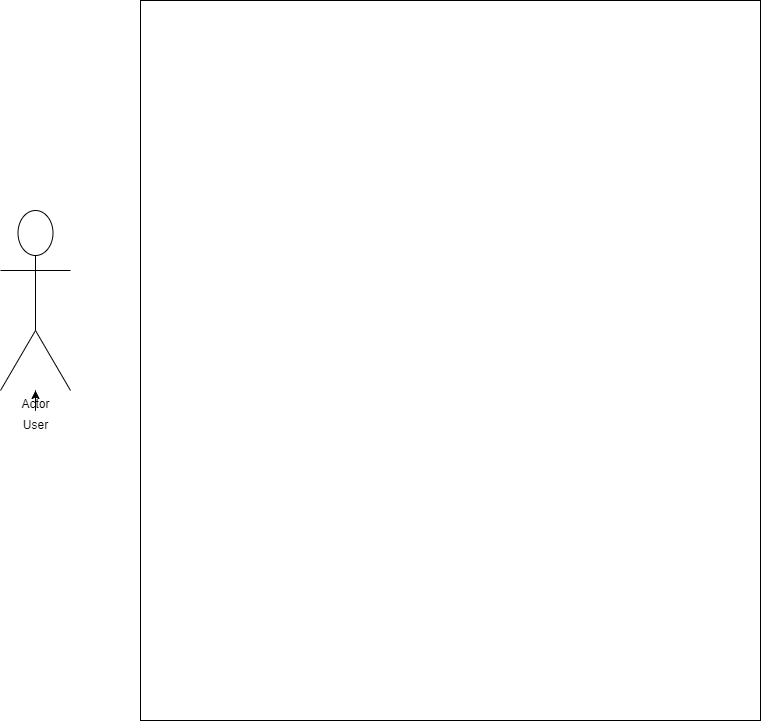
Above: Untitled Diagram.drawio.png in SyedaZarin/SafetyTips (draw.io), before the change. Source tidied: cells renumbered, new cells last; positions are measured from the earlier drawing's top-left corner, leaving out a move shared by most shapes.
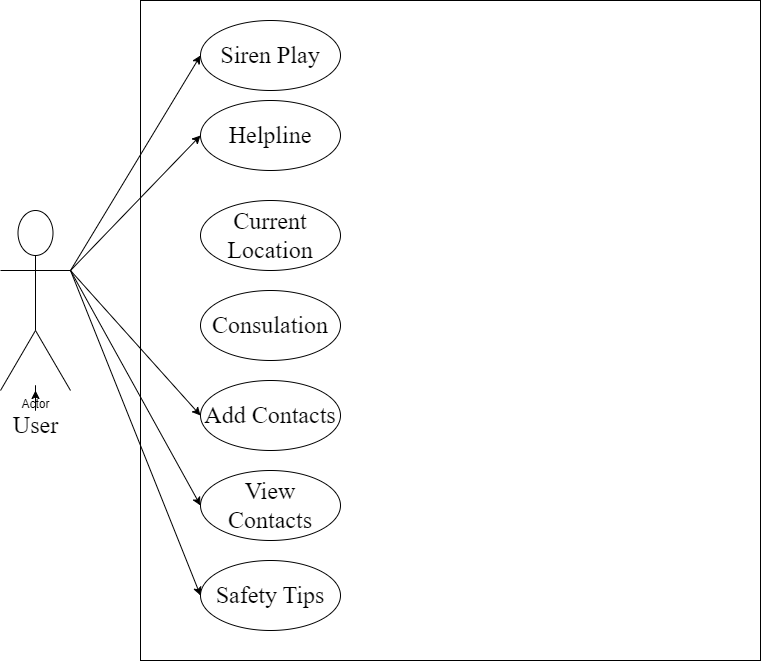
The same file after the commit.

Change to the diagram source:
```diff
@@ -3,7 +3,7 @@
     <mxCell id="0" />
     <mxCell id="1" parent="0" />
     <mxCell id="2" style="rounded=0;whiteSpace=wrap;html=1;" parent="1" vertex="1">
-      <mxGeometry x="140" width="620" height="720" as="geometry" />
+      <mxGeometry x="140" width="620" height="660" as="geometry" />
     </mxCell>
     <mxCell id="3" value="Actor" style="shape=umlActor;verticalLabelPosition=bottom;verticalAlign=top;html=1;outlineConnect=0;" parent="1" vertex="1">
       <mxGeometry y="210" width="70" height="180" as="geometry" />
@@ -11,8 +11,57 @@
     <mxCell id="4" style="edgeStyle=orthogonalEdgeStyle;rounded=0;jettySize=auto;html=1;" parent="1" edge="1" source="5" target="3">
       <mxGeometry relative="1" as="geometry" />
     </mxCell>
-    <mxCell id="5" value="User" style="text;html=1;align=center;verticalAlign=middle;points=[];strokeColor=none;fillColor=none;" parent="1" vertex="1">
-      <mxGeometry x="10" y="410" width="50" height="30" as="geometry" />
+    <mxCell id="5" value="&lt;font style=&quot;font-size: 24px;&quot; face=&quot;Times New Roman&quot;&gt;User&lt;/font&gt;" style="text;html=1;align=center;verticalAlign=middle;points=[];strokeColor=none;fillColor=none;" parent="1" vertex="1">
+      <mxGeometry y="405" width="70" height="40" as="geometry" />
     </mxCell>
+    <mxCell id="6" value="&lt;font style=&quot;font-size: 24px;&quot; face=&quot;Times New Roman&quot;&gt;Siren Play&lt;/font&gt;" style="ellipse;whiteSpace=wrap;html=1;" parent="1" vertex="1">
+      <mxGeometry x="200" y="20" width="140" height="70" as="geometry" />
+    </mxCell>
+    <mxCell id="7" value="&lt;font style=&quot;font-size: 24px;&quot; face=&quot;Times New Roman&quot;&gt;Helpline&lt;/font&gt;" style="ellipse;whiteSpace=wrap;html=1;" parent="1" vertex="1">
+      <mxGeometry x="200" y="100" width="140" height="70" as="geometry" />
+    </mxCell>
+    <mxCell id="8" value="&lt;font face=&quot;Times New Roman&quot; style=&quot;font-size: 24px;&quot;&gt;Current Location&lt;/font&gt;" style="ellipse;whiteSpace=wrap;html=1;" parent="1" vertex="1">
+      <mxGeometry x="200" y="200" width="140" height="70" as="geometry" />
+    </mxCell>
+    <mxCell id="9" value="&lt;font style=&quot;font-size: 24px;&quot; face=&quot;Times New Roman&quot;&gt;Consulation&lt;/font&gt;" style="ellipse;whiteSpace=wrap;html=1;" parent="1" vertex="1">
+      <mxGeometry x="200" y="290" width="140" height="70" as="geometry" />
+    </mxCell>
+    <mxCell id="10" value="&lt;font style=&quot;font-size: 24px;&quot; face=&quot;Times New Roman&quot;&gt;Add Contacts&lt;/font&gt;" style="ellipse;whiteSpace=wrap;html=1;" parent="1" vertex="1">
+      <mxGeometry x="200" y="380" width="140" height="70" as="geometry" />
+    </mxCell>
+    <mxCell id="11" value="&lt;font style=&quot;font-size: 24px;&quot; face=&quot;Times New Roman&quot;&gt;Safety Tips&lt;/font&gt;" style="ellipse;whiteSpace=wrap;html=1;" parent="1" vertex="1">
+      <mxGeometry x="200" y="560" width="140" height="70" as="geometry" />
+    </mxCell>
+    <mxCell id="12" value="&lt;font style=&quot;font-size: 24px;&quot; face=&quot;Times New Roman&quot;&gt;View Contacts&lt;/font&gt;" style="ellipse;whiteSpace=wrap;html=1;" parent="1" vertex="1">
+      <mxGeometry x="200" y="470" width="140" height="70" as="geometry" />
+    </mxCell>
+    <mxCell id="13" style="endArrow=classic;html=1;rounded=0;fontFamily=Times New Roman;fontSize=24;entryX=0;entryY=0.5;entryDx=0;entryDy=0;" parent="1" edge="1" target="6">
+      <mxGeometry relative="1" as="geometry">
+        <mxPoint x="70" y="270" as="sourcePoint" />
+        <Array as="points">
+          <mxPoint x="70" y="270" />
+        </Array>
+      </mxGeometry>
+    </mxCell>
+    <mxCell id="14" style="endArrow=classic;html=1;rounded=0;fontFamily=Times New Roman;fontSize=24;entryX=0;entryY=0.5;entryDx=0;entryDy=0;" parent="1" edge="1" target="7">
+      <mxGeometry relative="1" as="geometry">
+        <mxPoint x="70" y="270" as="sourcePoint" />
+      </mxGeometry>
+    </mxCell>
+    <mxCell id="15" style="endArrow=classic;html=1;rounded=0;fontFamily=Times New Roman;fontSize=24;entryX=0;entryY=0.5;entryDx=0;entryDy=0;" parent="1" edge="1" target="11">
+      <mxGeometry relative="1" as="geometry">
+        <mxPoint x="70" y="270" as="sourcePoint" />
+      </mxGeometry>
+    </mxCell>
+    <mxCell id="16" style="endArrow=classic;html=1;rounded=0;fontFamily=Times New Roman;fontSize=24;entryX=0;entryY=0.5;entryDx=0;entryDy=0;" parent="1" edge="1" target="12">
+      <mxGeometry relative="1" as="geometry">
+        <mxPoint x="70" y="270" as="sourcePoint" />
+      </mxGeometry>
+    </mxCell>
+    <mxCell id="17" style="endArrow=classic;html=1;rounded=0;fontFamily=Times New Roman;fontSize=24;entryX=0;entryY=0.5;entryDx=0;entryDy=0;" parent="1" edge="1" target="10">
+      <mxGeometry relative="1" as="geometry">
+        <mxPoint x="70" y="270" as="sourcePoint" />
+      </mxGeometry>
+    </mxCell>
   </root>
 </mxGraphModel>
```
